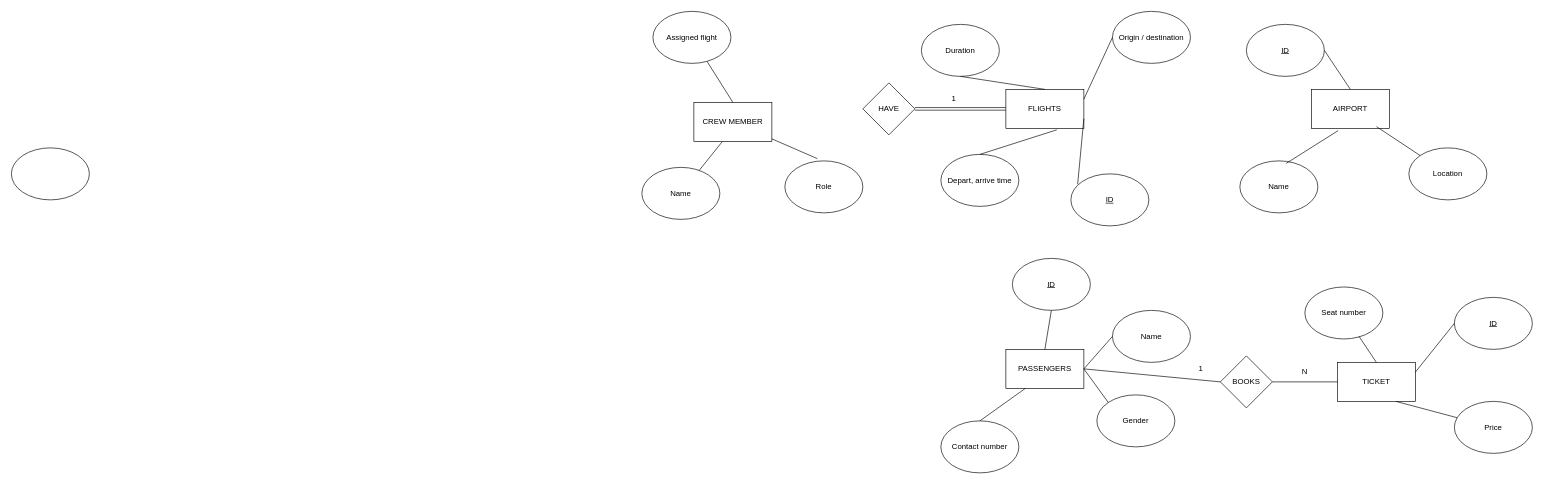
Above: ex4.drawio in Sonhoangvo/csdl (draw.io), before the change. Source tidied: cells renumbered, new cells numbered last; positions are measured from the earlier drawing's top-left corner, leaving out a move shared by most shapes. Both pictures are drawn from the tidied source at 65%, with x=0, y=0 at pixel (11, 11).
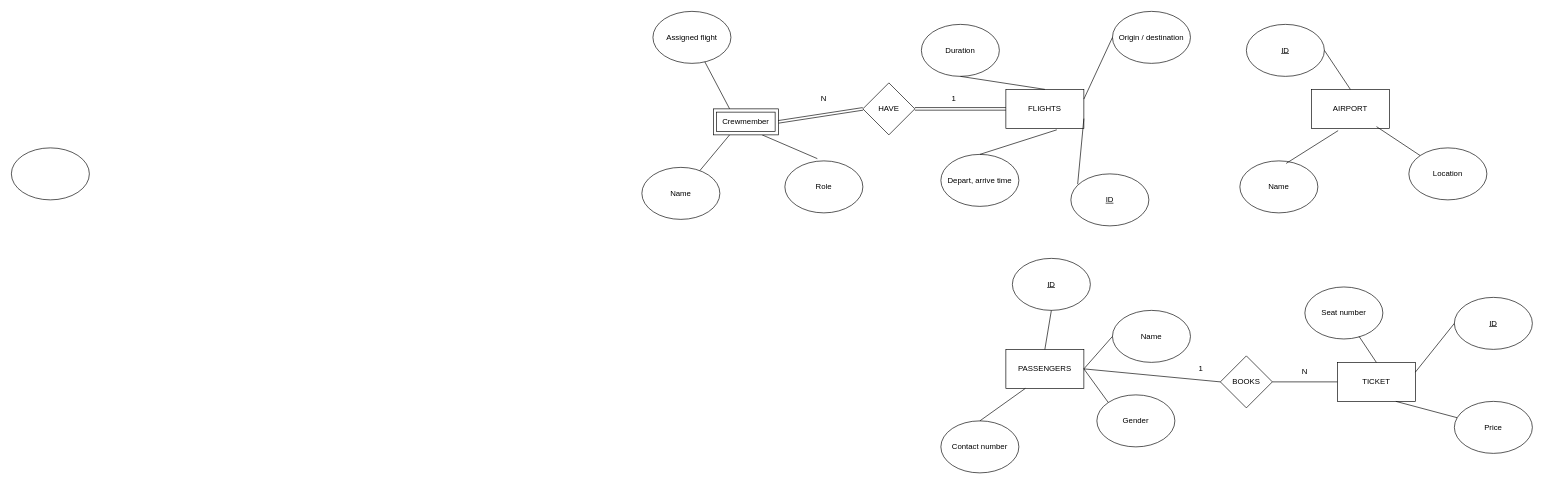
After the change.

The change refers to these unchanged cells:
```xml
<mxCell id="41" value="Name" style="ellipse;whiteSpace=wrap;html=1;" parent="1" vertex="1">
  <mxGeometry x="970" y="240" width="120" height="80" as="geometry" />
</mxCell>
<mxCell id="42" value="Role" style="ellipse;whiteSpace=wrap;html=1;" parent="1" vertex="1">
  <mxGeometry x="1190" y="230" width="120" height="80" as="geometry" />
</mxCell>
<mxCell id="43" value="Assigned flight" style="ellipse;whiteSpace=wrap;html=1;" parent="1" vertex="1">
  <mxGeometry x="987" width="120" height="80" as="geometry" />
</mxCell>
<mxCell id="47" value="HAVE" style="rhombus;whiteSpace=wrap;html=1;" parent="1" vertex="1">
  <mxGeometry x="1310" y="110" width="80" height="80" as="geometry" />
</mxCell>
```

The edit, as a diff of the source:
```diff
@@
-    <mxCell id="40" value="CREW MEMBER" style="rounded=0;whiteSpace=wrap;html=1;" parent="1" vertex="1">
-      <mxGeometry x="1050" y="140" width="120" height="60" as="geometry" />
-    </mxCell>
@@
-    <mxCell id="44" style="endArrow=none;html=1;rounded=0;entryX=0.362;entryY=1.012;entryDx=0;entryDy=0;entryPerimeter=0;" parent="1" edge="1" source="41" target="40">
+    <mxCell id="44" style="endArrow=none;html=1;rounded=0;entryX=0.25;entryY=1;entryDx=0;entryDy=0;" parent="1" edge="1" source="41" target="50">
       <mxGeometry relative="1" as="geometry" />
     </mxCell>
-    <mxCell id="45" style="endArrow=none;html=1;rounded=0;entryX=0.416;entryY=-0.043;entryDx=0;entryDy=0;entryPerimeter=0;" parent="1" edge="1" source="40" target="42">
+    <mxCell id="45" style="endArrow=none;html=1;rounded=0;entryX=0.416;entryY=-0.043;entryDx=0;entryDy=0;entryPerimeter=0;exitX=0.75;exitY=1;exitDx=0;exitDy=0;" parent="1" edge="1" source="50" target="42">
       <mxGeometry relative="1" as="geometry" />
     </mxCell>
-    <mxCell id="46" style="endArrow=none;html=1;rounded=0;exitX=0.5;exitY=0;exitDx=0;exitDy=0;" parent="1" edge="1" source="40" target="43">
+    <mxCell id="46" style="endArrow=none;html=1;rounded=0;exitX=0.25;exitY=0;exitDx=0;exitDy=0;" parent="1" edge="1" source="50" target="43">
       <mxGeometry relative="1" as="geometry" />
     </mxCell>
@@
+    <mxCell id="50" value="Crewmember" style="shape=ext;margin=3;double=1;whiteSpace=wrap;html=1;align=center;" parent="1" vertex="1">
+      <mxGeometry x="1080" y="150" width="100" height="40" as="geometry" />
+    </mxCell>
+    <mxCell id="51" style="shape=link;html=1;rounded=0;exitX=1;exitY=0.5;exitDx=0;exitDy=0;entryX=0;entryY=0.5;entryDx=0;entryDy=0;" parent="1" edge="1" source="50" target="47">
+      <mxGeometry relative="1" as="geometry" />
+    </mxCell>
+    <mxCell id="52" value="N" style="text;html=1;align=center;verticalAlign=middle;whiteSpace=wrap;rounded=0;" parent="1" vertex="1">
+      <mxGeometry x="1220" y="120" width="60" height="30" as="geometry" />
+    </mxCell>
```
